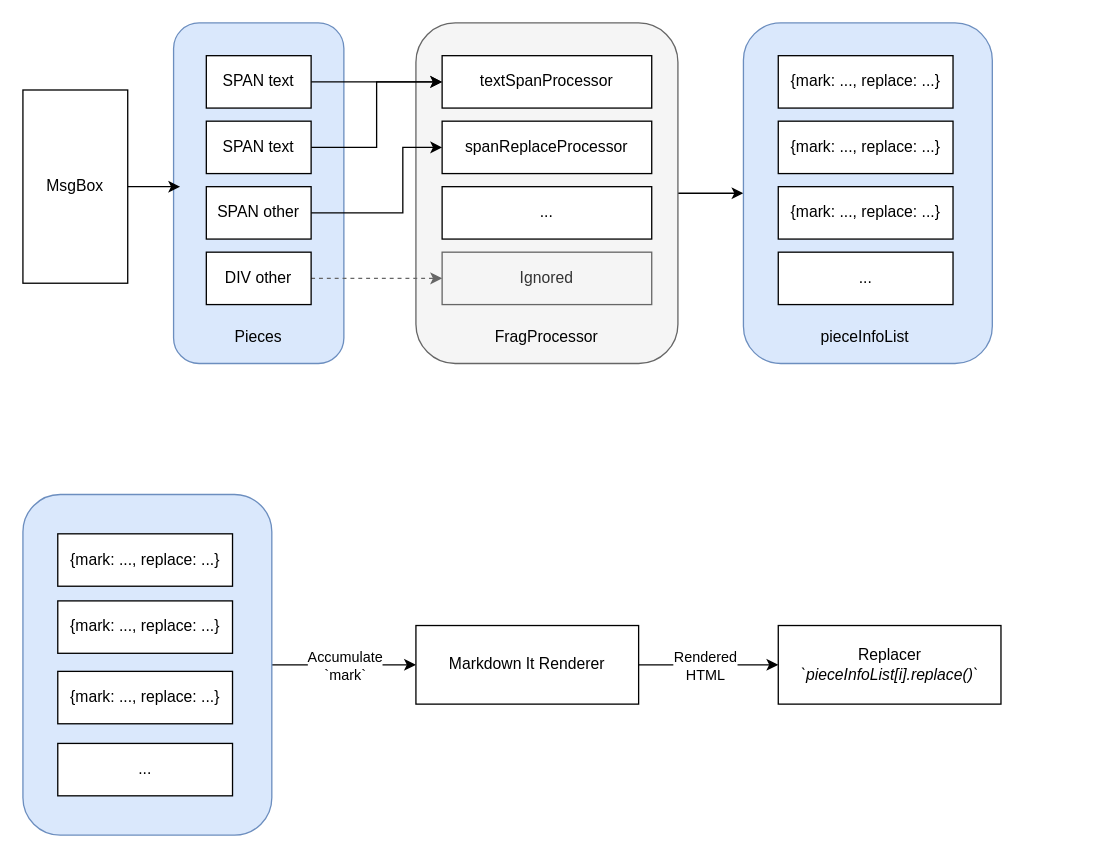
This is diagram/frag_processor.drawio from Ikaleio/LiteLoaderQQNT-Markdown, a draw.io file, before an edit. Source tidied: cells renumbered, new cells numbered last; positions are measured from the earlier drawing's top-left corner, leaving out a move shared by most shapes. Both pictures are drawn from the tidied source at 131%, with x=0, y=0 at pixel (22, 22).
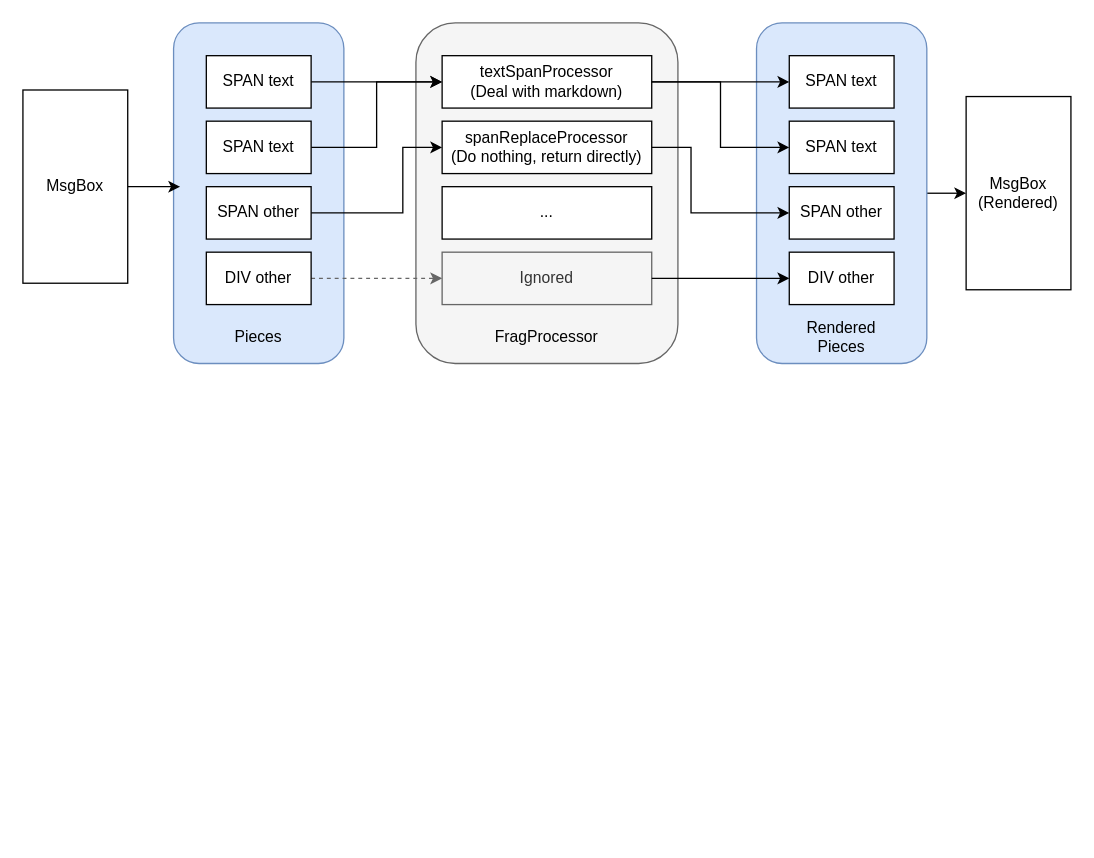
After the change.

Unchanged cells that the change refers to:
```xml
<mxCell id="4" style="rounded=1;whiteSpace=wrap;html=1;fillColor=#f5f5f5;strokeColor=#666666;fontColor=#333333;" parent="1" vertex="1">
  <mxGeometry x="300" width="200" height="260" as="geometry" />
</mxCell>
<mxCell id="19" value="Ignored" style="rounded=0;whiteSpace=wrap;html=1;fillColor=#f5f5f5;fontColor=#333333;strokeColor=#666666;" parent="1" vertex="1">
  <mxGeometry x="320" y="175" width="160" height="40" as="geometry" />
</mxCell>
```

The edit, as a diff of the source:
```diff
@@
-    <mxCell id="3" style="edgeStyle=orthogonalEdgeStyle;rounded=0;jettySize=auto;html=1;" parent="1" edge="1" source="4" target="21">
-      <mxGeometry relative="1" as="geometry" />
-    </mxCell>
@@
-    <mxCell id="16" value="textSpanProcessor" style="rounded=0;whiteSpace=wrap;html=1;" parent="1" vertex="1">
+    <mxCell id="16" value="textSpanProcessor&lt;br&gt;(Deal with markdown)" style="rounded=0;whiteSpace=wrap;html=1;" parent="1" vertex="1">
       <mxGeometry x="320" y="25" width="160" height="40" as="geometry" />
     </mxCell>
-    <mxCell id="17" value="spanReplaceProcessor" style="rounded=0;whiteSpace=wrap;html=1;" parent="1" vertex="1">
+    <mxCell id="17" value="spanReplaceProcessor&lt;br&gt;(Do nothing, return directly)" style="rounded=0;whiteSpace=wrap;html=1;" parent="1" vertex="1">
       <mxGeometry x="320" y="75" width="160" height="40" as="geometry" />
     </mxCell>
@@
-    <mxCell id="21" style="rounded=1;whiteSpace=wrap;html=1;fillColor=#dae8fc;strokeColor=#6c8ebf;" parent="1" vertex="1">
-      <mxGeometry x="550" width="190" height="260" as="geometry" />
-    </mxCell>
-    <mxCell id="22" value="{mark: ..., replace: ...}" style="rounded=0;whiteSpace=wrap;html=1;" parent="1" vertex="1">
-      <mxGeometry x="576.6" y="25" width="133.4" height="40" as="geometry" />
-    </mxCell>
-    <mxCell id="23" value="{mark: ..., replace: ...}" style="rounded=0;whiteSpace=wrap;html=1;" parent="1" vertex="1">
-      <mxGeometry x="576.6" y="75" width="133.4" height="40" as="geometry" />
-    </mxCell>
-    <mxCell id="24" value="{mark: ..., replace: ...}" style="rounded=0;whiteSpace=wrap;html=1;" parent="1" vertex="1">
-      <mxGeometry x="576.6" y="125" width="133.4" height="40" as="geometry" />
-    </mxCell>
-    <mxCell id="25" value="..." style="rounded=0;whiteSpace=wrap;html=1;" parent="1" vertex="1">
-      <mxGeometry x="576.6" y="175" width="133.4" height="40" as="geometry" />
-    </mxCell>
-    <mxCell id="26" style="edgeStyle=orthogonalEdgeStyle;rounded=0;jettySize=auto;html=1;" parent="1" edge="1" source="28" target="35">
-      <mxGeometry relative="1" as="geometry" />
-    </mxCell>
-    <mxCell id="27" value="Accumulate&lt;br&gt;`mark`" style="edgeLabel;html=1;align=center;verticalAlign=middle;" parent="26" vertex="1">
-      <mxGeometry x="0.02" y="1" relative="1" as="geometry">
-        <mxPoint x="-1" y="1" as="offset" />
-      </mxGeometry>
-    </mxCell>
-    <mxCell id="28" style="rounded=1;whiteSpace=wrap;html=1;fillColor=#dae8fc;strokeColor=#6c8ebf;" parent="1" vertex="1">
-      <mxGeometry y="360" width="190" height="260" as="geometry" />
-    </mxCell>
-    <mxCell id="29" value="{mark: ..., replace: ...}" style="rounded=0;whiteSpace=wrap;html=1;" parent="1" vertex="1">
-      <mxGeometry x="26.6" y="390" width="133.4" height="40" as="geometry" />
-    </mxCell>
-    <mxCell id="30" value="{mark: ..., replace: ...}" style="rounded=0;whiteSpace=wrap;html=1;" parent="1" vertex="1">
-      <mxGeometry x="26.6" y="441.2" width="133.4" height="40" as="geometry" />
-    </mxCell>
-    <mxCell id="31" value="{mark: ..., replace: ...}" style="rounded=0;whiteSpace=wrap;html=1;" parent="1" vertex="1">
-      <mxGeometry x="26.6" y="495" width="133.4" height="40" as="geometry" />
-    </mxCell>
-    <mxCell id="32" value="..." style="rounded=0;whiteSpace=wrap;html=1;" parent="1" vertex="1">
-      <mxGeometry x="26.6" y="550" width="133.4" height="40" as="geometry" />
-    </mxCell>
-    <mxCell id="33" style="edgeStyle=orthogonalEdgeStyle;rounded=0;jettySize=auto;html=1;" parent="1" edge="1" source="35" target="36">
-      <mxGeometry relative="1" as="geometry" />
-    </mxCell>
-    <mxCell id="34" value="Rendered&lt;br&gt;HTML" style="edgeLabel;html=1;align=center;verticalAlign=middle;" parent="33" vertex="1">
-      <mxGeometry x="-0.23" relative="1" as="geometry">
-        <mxPoint x="9" as="offset" />
-      </mxGeometry>
-    </mxCell>
-    <mxCell id="35" value="Markdown It Renderer" style="rounded=0;whiteSpace=wrap;html=1;" parent="1" vertex="1">
-      <mxGeometry x="300" y="460" width="170" height="60" as="geometry" />
-    </mxCell>
-    <mxCell id="36" value="Replacer&lt;br&gt;&lt;i&gt;`pieceInfoList[i].replace()`&lt;/i&gt;" style="rounded=0;whiteSpace=wrap;html=1;" parent="1" vertex="1">
-      <mxGeometry x="576.6" y="460" width="170" height="60" as="geometry" />
-    </mxCell>
-    <mxCell id="37" value="pieceInfoList" style="text;html=1;strokeColor=none;fillColor=none;align=center;verticalAlign=middle;whiteSpace=wrap;rounded=0;" parent="1" vertex="1">
-      <mxGeometry x="593.3" y="220" width="100" height="40" as="geometry" />
-    </mxCell>
+    <mxCell id="38" style="edgeStyle=orthogonalEdgeStyle;rounded=0;jettySize=auto;html=1;" parent="1" edge="1" source="39" target="49">
+      <mxGeometry relative="1" as="geometry" />
+    </mxCell>
+    <mxCell id="39" style="rounded=1;whiteSpace=wrap;html=1;fillColor=#dae8fc;strokeColor=#6c8ebf;" parent="1" vertex="1">
+      <mxGeometry x="560" width="130" height="260" as="geometry" />
+    </mxCell>
+    <mxCell id="40" value="SPAN text" style="rounded=0;whiteSpace=wrap;html=1;" parent="1" vertex="1">
+      <mxGeometry x="585" y="25" width="80" height="40" as="geometry" />
+    </mxCell>
+    <mxCell id="41" value="SPAN text" style="rounded=0;whiteSpace=wrap;html=1;" parent="1" vertex="1">
+      <mxGeometry x="585" y="75" width="80" height="40" as="geometry" />
+    </mxCell>
+    <mxCell id="42" value="SPAN other" style="rounded=0;whiteSpace=wrap;html=1;" parent="1" vertex="1">
+      <mxGeometry x="585" y="125" width="80" height="40" as="geometry" />
+    </mxCell>
+    <mxCell id="43" value="DIV other" style="rounded=0;whiteSpace=wrap;html=1;" parent="1" vertex="1">
+      <mxGeometry x="585" y="175" width="80" height="40" as="geometry" />
+    </mxCell>
+    <mxCell id="44" value="Rendered Pieces" style="text;html=1;strokeColor=none;fillColor=none;align=center;verticalAlign=middle;whiteSpace=wrap;rounded=0;" parent="1" vertex="1">
+      <mxGeometry x="595" y="225" width="60" height="30" as="geometry" />
+    </mxCell>
+    <mxCell id="45" style="edgeStyle=orthogonalEdgeStyle;rounded=0;jettySize=auto;html=1;" parent="1" edge="1" source="16" target="40">
+      <mxGeometry relative="1" as="geometry" />
+    </mxCell>
+    <mxCell id="46" style="edgeStyle=orthogonalEdgeStyle;rounded=0;jettySize=auto;html=1;entryX=0;entryY=0.5;entryDx=0;entryDy=0;" parent="1" edge="1" source="17" target="42">
+      <mxGeometry relative="1" as="geometry">
+        <Array as="points">
+          <mxPoint x="510" y="95" />
+          <mxPoint x="510" y="145" />
+        </Array>
+      </mxGeometry>
+    </mxCell>
+    <mxCell id="47" style="edgeStyle=orthogonalEdgeStyle;rounded=0;jettySize=auto;html=1;entryX=0;entryY=0.5;entryDx=0;entryDy=0;" parent="1" edge="1" source="16" target="41">
+      <mxGeometry relative="1" as="geometry" />
+    </mxCell>
+    <mxCell id="48" style="edgeStyle=orthogonalEdgeStyle;rounded=0;jettySize=auto;html=1;" parent="1" edge="1" source="19" target="43">
+      <mxGeometry relative="1" as="geometry" />
+    </mxCell>
+    <mxCell id="49" value="MsgBox&lt;br&gt;(Rendered)" style="rounded=0;whiteSpace=wrap;html=1;" parent="1" vertex="1">
+      <mxGeometry x="720" y="56.2" width="80" height="147.5" as="geometry" />
+    </mxCell>
```
